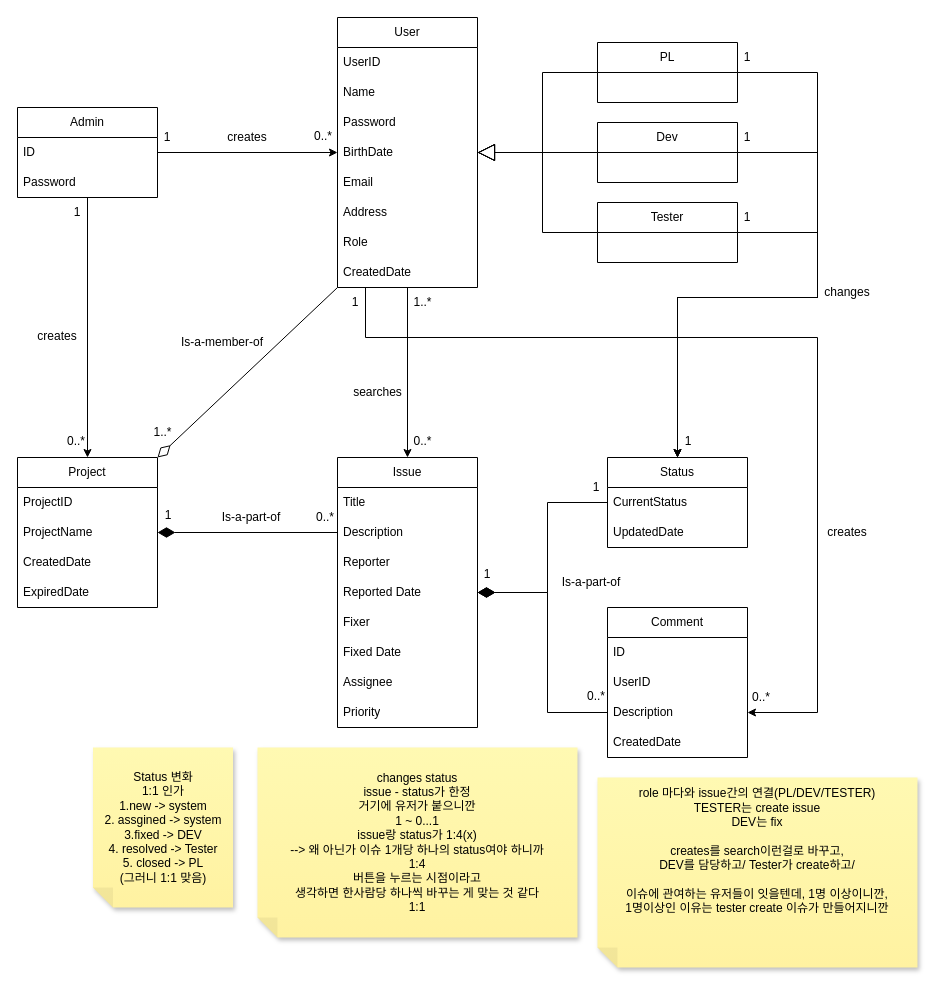
LuisYou/Term_Project_19 keeps this draw.io diagram as 다이어그램 모음집/도메인 모델-2.drawio. Above is the earlier version. Source tidied: cells renumbered, new cells numbered last; positions are measured from the earlier drawing's top-left corner, leaving out a move shared by most shapes. Both pictures are drawn from the tidied source at 100%, with x=0, y=0 at pixel (17, 17).
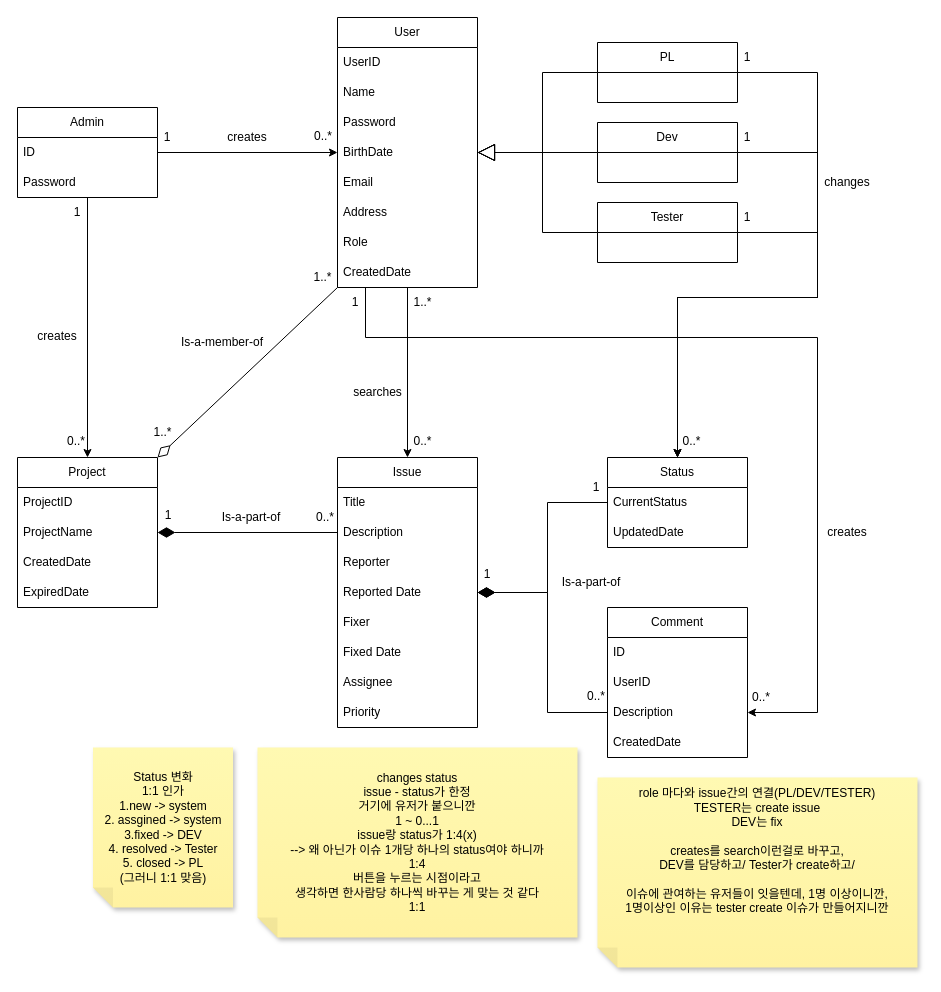
After the change.

Change to the diagram source:
```diff
@@
     <mxCell id="63" value="changes" style="text;html=1;align=center;verticalAlign=middle;whiteSpace=wrap;rounded=0;" parent="1" vertex="1">
-      <mxGeometry x="800" y="260" width="60" height="30" as="geometry" />
+      <mxGeometry x="800" y="150" width="60" height="30" as="geometry" />
     </mxCell>
@@
-    <mxCell id="81" value="1" style="text;html=1;align=center;verticalAlign=middle;whiteSpace=wrap;rounded=0;" parent="1" vertex="1">
-      <mxGeometry x="661" y="409" width="20" height="30" as="geometry" />
-    </mxCell>
+    <mxCell id="82" value="0..*" style="text;html=1;align=center;verticalAlign=middle;whiteSpace=wrap;rounded=0;" parent="1" vertex="1">
+      <mxGeometry x="660" y="409" width="29" height="30" as="geometry" />
+    </mxCell>
+    <mxCell id="83" value="1..*" style="text;html=1;align=center;verticalAlign=middle;whiteSpace=wrap;rounded=0;" parent="1" vertex="1">
+      <mxGeometry x="291" y="245" width="29" height="30" as="geometry" />
+    </mxCell>
```
